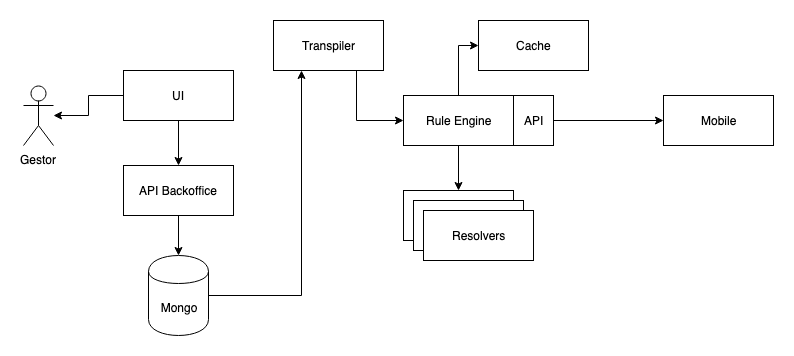
Earlier version of the draw.io export featws-arquitetura.png (bancodobrasil/featws). Source tidied: cells renumbered, new cells last; positions are measured from the earlier drawing's top-left corner, leaving out a move shared by most shapes.
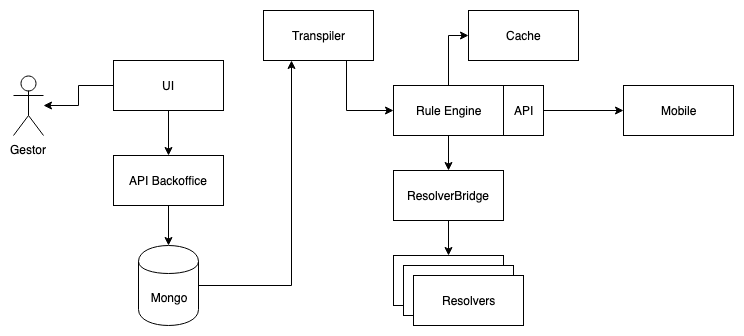
The same diagram one commit later.

Change to the diagram source:
```diff
@@ -6,7 +6,7 @@
       <mxGeometry y="65" width="30" height="60" as="geometry" />
     </mxCell>
     <mxCell id="3" value="&lt;div&gt;Mobile&lt;/div&gt;" style="html=1;" parent="1" vertex="1">
-      <mxGeometry x="640" y="75" width="110" height="50" as="geometry" />
+      <mxGeometry x="610" y="75" width="110" height="50" as="geometry" />
     </mxCell>
     <mxCell id="4" style="edgeStyle=orthogonalEdgeStyle;rounded=0;jettySize=auto;html=1;" parent="1" edge="1" source="6" target="2">
       <mxGeometry relative="1" as="geometry" />
@@ -26,9 +26,9 @@
     <mxCell id="9" style="edgeStyle=orthogonalEdgeStyle;rounded=0;jettySize=auto;html=1;entryX=0;entryY=0.5;entryDx=0;entryDy=0;" parent="1" edge="1" source="11" target="18">
       <mxGeometry relative="1" as="geometry" />
     </mxCell>
-    <mxCell id="10" style="edgeStyle=orthogonalEdgeStyle;rounded=0;jettySize=auto;html=1;exitX=0.5;exitY=1;exitDx=0;exitDy=0;entryX=0.5;entryY=0;entryDx=0;entryDy=0;" parent="1" edge="1" source="11" target="19">
-      <mxGeometry relative="1" as="geometry" />
-    </mxCell>
+    <mxCell id="22" style="edgeStyle=orthogonalEdgeStyle;rounded=0;jettySize=auto;html=1;entryX=0.5;entryY=0;entryDx=0;entryDy=0;" parent="1" edge="1" source="11" target="24">
+      <mxGeometry relative="1" as="geometry" />
+    </mxCell>
     <mxCell id="11" value="Rule Engine" style="html=1;" parent="1" vertex="1">
       <mxGeometry x="380" y="75" width="110" height="50" as="geometry" />
     </mxCell>
@@ -54,13 +54,19 @@
       <mxGeometry x="455" width="110" height="50" as="geometry" />
     </mxCell>
     <mxCell id="19" value="&lt;div&gt;Resolvers&lt;/div&gt;" style="html=1;" parent="1" vertex="1">
-      <mxGeometry x="380" y="170" width="110" height="50" as="geometry" />
+      <mxGeometry x="380" y="245" width="110" height="50" as="geometry" />
     </mxCell>
     <mxCell id="20" value="&lt;div&gt;Resolvers&lt;/div&gt;" style="html=1;" parent="1" vertex="1">
-      <mxGeometry x="390" y="180" width="110" height="50" as="geometry" />
+      <mxGeometry x="390" y="255" width="110" height="50" as="geometry" />
     </mxCell>
     <mxCell id="21" value="&lt;div&gt;Resolvers&lt;/div&gt;" style="html=1;" parent="1" vertex="1">
-      <mxGeometry x="400" y="190" width="110" height="50" as="geometry" />
+      <mxGeometry x="400" y="265" width="110" height="50" as="geometry" />
     </mxCell>
+    <mxCell id="23" style="edgeStyle=orthogonalEdgeStyle;rounded=0;jettySize=auto;html=1;entryX=0.5;entryY=0;entryDx=0;entryDy=0;" parent="1" edge="1" source="24" target="19">
+      <mxGeometry relative="1" as="geometry" />
+    </mxCell>
+    <mxCell id="24" value="&lt;div&gt;ResolverBridge&lt;/div&gt;" style="html=1;" parent="1" vertex="1">
+      <mxGeometry x="380" y="160" width="110" height="50" as="geometry" />
+    </mxCell>
   </root>
 </mxGraphModel>
```
